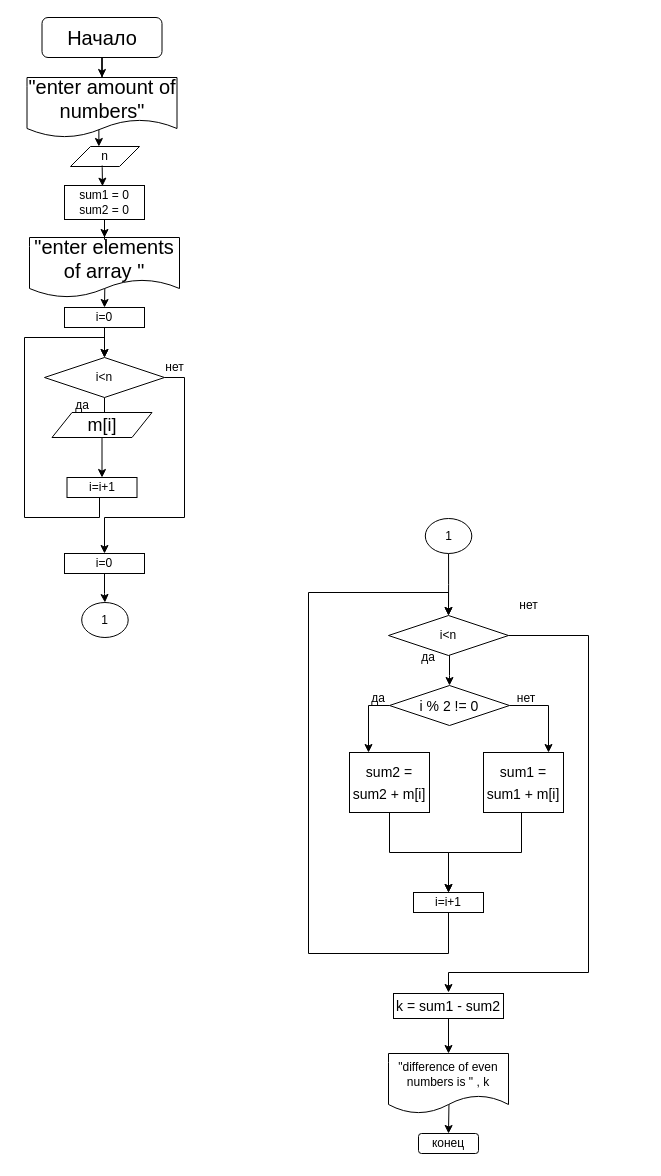
The draw.io diagram 3/3.2.drawio in klep1koff/lifeishard, before the edit. Source tidied: cells renumbered, new cells numbered last; positions are measured from the earlier drawing's top-left corner, leaving out a move shared by most shapes. Both pictures are drawn from the tidied source at 100%, with x=0, y=0 at pixel (24, 17).
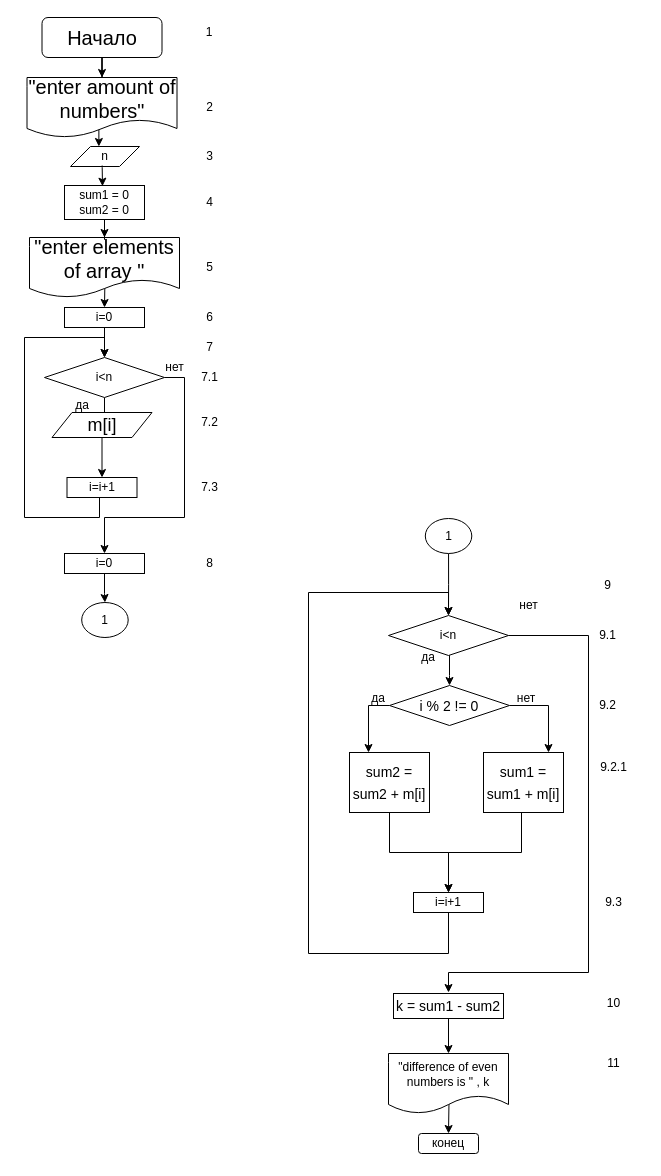
The same diagram, later.

The edit, as a diff of the source:
```diff
@@
+    <mxCell id="50" value="1" style="text;html=1;strokeColor=none;fillColor=none;align=center;verticalAlign=middle;whiteSpace=wrap;rounded=0;" parent="1" vertex="1">
+      <mxGeometry x="155" width="60" height="30" as="geometry" />
+    </mxCell>
+    <mxCell id="51" value="2" style="text;html=1;align=center;verticalAlign=middle;strokeColor=none;fillColor=none;" parent="1" vertex="1">
+      <mxGeometry x="165" y="80" width="40" height="20" as="geometry" />
+    </mxCell>
+    <mxCell id="52" value="3" style="text;html=1;align=center;verticalAlign=middle;strokeColor=none;fillColor=none;" parent="1" vertex="1">
+      <mxGeometry x="165" y="129" width="40" height="20" as="geometry" />
+    </mxCell>
+    <mxCell id="53" value="4" style="text;html=1;align=center;verticalAlign=middle;strokeColor=none;fillColor=none;" parent="1" vertex="1">
+      <mxGeometry x="165" y="175" width="40" height="20" as="geometry" />
+    </mxCell>
+    <mxCell id="54" value="5" style="text;html=1;align=center;verticalAlign=middle;strokeColor=none;fillColor=none;" parent="1" vertex="1">
+      <mxGeometry x="165" y="240" width="40" height="20" as="geometry" />
+    </mxCell>
+    <mxCell id="55" value="6" style="text;html=1;align=center;verticalAlign=middle;strokeColor=none;fillColor=none;" parent="1" vertex="1">
+      <mxGeometry x="165" y="290" width="40" height="20" as="geometry" />
+    </mxCell>
+    <mxCell id="56" value="7" style="text;html=1;align=center;verticalAlign=middle;strokeColor=none;fillColor=none;" parent="1" vertex="1">
+      <mxGeometry x="165" y="320" width="40" height="20" as="geometry" />
+    </mxCell>
+    <mxCell id="57" value="7.1" style="text;html=1;align=center;verticalAlign=middle;strokeColor=none;fillColor=none;" parent="1" vertex="1">
+      <mxGeometry x="165" y="350" width="40" height="20" as="geometry" />
+    </mxCell>
+    <mxCell id="58" value="7.2" style="text;html=1;align=center;verticalAlign=middle;strokeColor=none;fillColor=none;" parent="1" vertex="1">
+      <mxGeometry x="165" y="395" width="40" height="20" as="geometry" />
+    </mxCell>
+    <mxCell id="59" value="7.3" style="text;html=1;align=center;verticalAlign=middle;strokeColor=none;fillColor=none;" parent="1" vertex="1">
+      <mxGeometry x="165" y="460" width="40" height="20" as="geometry" />
+    </mxCell>
+    <mxCell id="60" value="8" style="text;html=1;align=center;verticalAlign=middle;strokeColor=none;fillColor=none;" parent="1" vertex="1">
+      <mxGeometry x="165" y="536" width="40" height="20" as="geometry" />
+    </mxCell>
+    <mxCell id="61" value="9" style="text;html=1;align=center;verticalAlign=middle;strokeColor=none;fillColor=none;" parent="1" vertex="1">
+      <mxGeometry x="563" y="558" width="40" height="20" as="geometry" />
+    </mxCell>
+    <mxCell id="62" value="9.1" style="text;html=1;align=center;verticalAlign=middle;strokeColor=none;fillColor=none;" parent="1" vertex="1">
+      <mxGeometry x="563" y="608" width="40" height="20" as="geometry" />
+    </mxCell>
+    <mxCell id="63" value="9.2" style="text;html=1;align=center;verticalAlign=middle;strokeColor=none;fillColor=none;" parent="1" vertex="1">
+      <mxGeometry x="563" y="678" width="40" height="20" as="geometry" />
+    </mxCell>
+    <mxCell id="64" value="9.2.1" style="text;html=1;align=center;verticalAlign=middle;strokeColor=none;fillColor=none;" parent="1" vertex="1">
+      <mxGeometry x="559" y="740" width="60" height="20" as="geometry" />
+    </mxCell>
+    <mxCell id="65" value="9.3" style="text;html=1;align=center;verticalAlign=middle;strokeColor=none;fillColor=none;" parent="1" vertex="1">
+      <mxGeometry x="569" y="875" width="40" height="20" as="geometry" />
+    </mxCell>
+    <mxCell id="66" value="10" style="text;html=1;align=center;verticalAlign=middle;strokeColor=none;fillColor=none;" parent="1" vertex="1">
+      <mxGeometry x="569" y="976" width="40" height="20" as="geometry" />
+    </mxCell>
+    <mxCell id="67" value="11" style="text;html=1;align=center;verticalAlign=middle;strokeColor=none;fillColor=none;" parent="1" vertex="1">
+      <mxGeometry x="569" y="1036" width="40" height="20" as="geometry" />
+    </mxCell>
```
